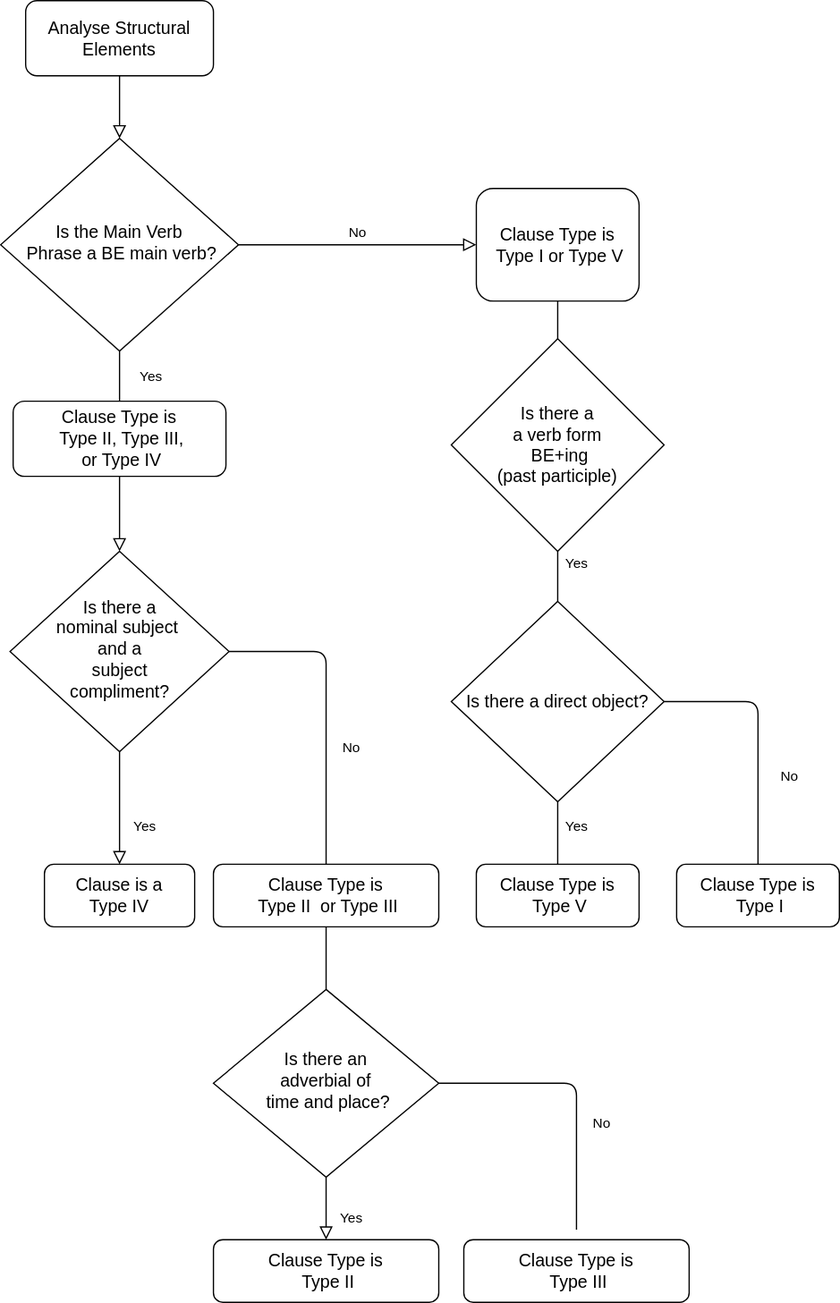
johnosbb/NLP keeps this draw.io diagram as Resources/clause_identification_flowchart.svg. Above is the earlier version. Source tidied: cells renumbered, new cells last; positions are measured from the earlier drawing's top-left corner, leaving out a move shared by most shapes. Its diagram source:
```xml
<mxGraphModel>
  <root>
    <mxCell id="0" />
    <mxCell id="1" parent="0" />
    <mxCell id="2" style="rounded=0;html=1;jettySize=auto;fontSize=11;endArrow=block;endFill=0;endSize=8;strokeWidth=1;shadow=0;labelBackgroundColor=none;edgeStyle=orthogonalEdgeStyle;" parent="1" edge="1" source="3" target="6">
      <mxGeometry relative="1" as="geometry" />
    </mxCell>
    <mxCell id="3" value="&lt;font style=&quot;font-size: 14px&quot;&gt;Analyse Structural Elements&lt;/font&gt;" style="rounded=1;whiteSpace=wrap;html=1;fontSize=12;glass=0;strokeWidth=1;shadow=0;" parent="1" vertex="1">
      <mxGeometry x="20" width="150" height="60" as="geometry" />
    </mxCell>
    <mxCell id="4" value="Yes" style="rounded=0;html=1;jettySize=auto;fontSize=11;endArrow=block;endFill=0;endSize=8;strokeWidth=1;shadow=0;labelBackgroundColor=none;edgeStyle=orthogonalEdgeStyle;startArrow=none;" parent="1" edge="1" source="12" target="9">
      <mxGeometry x="-1" y="84" relative="1" as="geometry">
        <mxPoint x="-59" y="-80" as="offset" />
      </mxGeometry>
    </mxCell>
    <mxCell id="5" value="No" style="edgeStyle=orthogonalEdgeStyle;rounded=0;html=1;jettySize=auto;fontSize=11;endArrow=block;endFill=0;endSize=8;strokeWidth=1;shadow=0;labelBackgroundColor=none;" parent="1" edge="1" source="6" target="7">
      <mxGeometry y="10" relative="1" as="geometry" />
    </mxCell>
    <mxCell id="6" value="&lt;span style=&quot;font-family: &amp;#34;arial&amp;#34; , &amp;#34;helvetica&amp;#34; , sans-serif ; font-size: 14px ; text-align: left ; background-color: rgb(255 , 255 , 255)&quot;&gt;Is the Main Verb&lt;br&gt;&amp;nbsp;Phrase a BE main verb?&lt;/span&gt;" style="rhombus;whiteSpace=wrap;html=1;shadow=0;fontFamily=Helvetica;fontSize=12;align=center;strokeWidth=1;spacing=6;spacingTop=-4;" parent="1" vertex="1">
      <mxGeometry y="110" width="190" height="170" as="geometry" />
    </mxCell>
    <mxCell id="7" value="&lt;span style=&quot;font-family: &amp;#34;arial&amp;#34; , &amp;#34;helvetica&amp;#34; , sans-serif ; font-size: 14px ; text-align: left ; background-color: rgb(255 , 255 , 255)&quot;&gt;Clause Type is&lt;br&gt;&amp;nbsp;Type I or Type V&lt;/span&gt;" style="rounded=1;whiteSpace=wrap;html=1;fontSize=12;glass=0;strokeWidth=1;shadow=0;" parent="1" vertex="1">
      <mxGeometry x="380" y="150" width="130" height="90" as="geometry" />
    </mxCell>
    <mxCell id="8" value="Yes" style="rounded=0;html=1;jettySize=auto;fontSize=11;endArrow=block;endFill=0;endSize=8;strokeWidth=1;shadow=0;labelBackgroundColor=none;edgeStyle=orthogonalEdgeStyle;" parent="1" edge="1" source="9" target="10">
      <mxGeometry x="0.33" y="20" relative="1" as="geometry" />
    </mxCell>
    <mxCell id="9" value="&lt;font style=&quot;font-size: 14px&quot;&gt;Is there a &lt;br&gt;nominal subject&amp;nbsp;&lt;br&gt;&amp;nbsp;and a&amp;nbsp;&lt;br&gt;subject &lt;br&gt;compliment?&lt;/font&gt;" style="rhombus;whiteSpace=wrap;html=1;shadow=0;fontFamily=Helvetica;fontSize=12;align=center;strokeWidth=1;spacing=6;spacingTop=-4;" parent="1" vertex="1">
      <mxGeometry x="7.5" y="440" width="175" height="160" as="geometry" />
    </mxCell>
    <mxCell id="10" value="&lt;span style=&quot;font-family: &amp;#34;arial&amp;#34; , &amp;#34;helvetica&amp;#34; , sans-serif ; font-size: 14px ; text-align: left ; background-color: rgb(255 , 255 , 255)&quot;&gt;Clause is a &lt;br&gt;Type IV&lt;/span&gt;" style="rounded=1;whiteSpace=wrap;html=1;fontSize=12;glass=0;strokeWidth=1;shadow=0;" parent="1" vertex="1">
      <mxGeometry x="35" y="690" width="120" height="50" as="geometry" />
    </mxCell>
    <mxCell id="11" value="&lt;font style=&quot;font-size: 14px&quot;&gt;Is there a &lt;br&gt;a verb form&lt;br&gt;&amp;nbsp;BE+ing&lt;br&gt;(past participle)&lt;br&gt;&lt;/font&gt;" style="rhombus;whiteSpace=wrap;html=1;hachureGap=4;" parent="1" vertex="1">
      <mxGeometry x="360" y="270" width="170" height="170" as="geometry" />
    </mxCell>
    <mxCell id="12" value="&lt;span style=&quot;font-family: &amp;#34;arial&amp;#34; , &amp;#34;helvetica&amp;#34; , sans-serif ; font-size: 14px ; text-align: left ; background-color: rgb(255 , 255 , 255)&quot;&gt;Clause Type is&lt;/span&gt;&lt;br style=&quot;font-family: &amp;#34;arial&amp;#34; , &amp;#34;helvetica&amp;#34; , sans-serif ; font-size: 14px ; text-align: left&quot;&gt;&lt;span style=&quot;font-family: &amp;#34;arial&amp;#34; , &amp;#34;helvetica&amp;#34; , sans-serif ; font-size: 14px ; text-align: left ; background-color: rgb(255 , 255 , 255)&quot;&gt;&amp;nbsp;Type II, Type III,&lt;/span&gt;&lt;br style=&quot;font-family: &amp;#34;arial&amp;#34; , &amp;#34;helvetica&amp;#34; , sans-serif ; font-size: 14px ; text-align: left&quot;&gt;&lt;span style=&quot;font-family: &amp;#34;arial&amp;#34; , &amp;#34;helvetica&amp;#34; , sans-serif ; font-size: 14px ; text-align: left ; background-color: rgb(255 , 255 , 255)&quot;&gt;&amp;nbsp;or Type IV&lt;/span&gt;" style="rounded=1;whiteSpace=wrap;html=1;hachureGap=4;" parent="1" vertex="1">
      <mxGeometry x="10" y="320" width="170" height="60" as="geometry" />
    </mxCell>
    <mxCell id="13" style="rounded=0;html=1;jettySize=auto;fontSize=11;endArrow=none;endFill=0;endSize=8;strokeWidth=1;shadow=0;labelBackgroundColor=none;edgeStyle=orthogonalEdgeStyle;" parent="1" edge="1" source="6" target="12">
      <mxGeometry y="20" relative="1" as="geometry" />
    </mxCell>
    <mxCell id="14" value="&lt;span style=&quot;font-family: &amp;#34;arial&amp;#34; , &amp;#34;helvetica&amp;#34; , sans-serif ; font-size: 14px ; text-align: left ; background-color: rgb(255 , 255 , 255)&quot;&gt;Clause Type is&lt;br&gt;&amp;nbsp;Type V&lt;/span&gt;" style="rounded=1;whiteSpace=wrap;html=1;fontSize=12;glass=0;strokeWidth=1;shadow=0;" parent="1" vertex="1">
      <mxGeometry x="380" y="690" width="130" height="50" as="geometry" />
    </mxCell>
    <mxCell id="15" value="&lt;font style=&quot;font-size: 14px&quot;&gt;Is there a direct object?&lt;/font&gt;" style="rhombus;whiteSpace=wrap;html=1;hachureGap=4;" parent="1" vertex="1">
      <mxGeometry x="360" y="480" width="170" height="160" as="geometry" />
    </mxCell>
    <mxCell id="16" value="&lt;span style=&quot;font-family: &amp;#34;arial&amp;#34; , &amp;#34;helvetica&amp;#34; , sans-serif ; font-size: 14px ; text-align: left ; background-color: rgb(255 , 255 , 255)&quot;&gt;Clause Type is&lt;/span&gt;&lt;br style=&quot;font-family: &amp;#34;arial&amp;#34; , &amp;#34;helvetica&amp;#34; , sans-serif ; font-size: 14px ; text-align: left&quot;&gt;&lt;span style=&quot;font-family: &amp;#34;arial&amp;#34; , &amp;#34;helvetica&amp;#34; , sans-serif ; font-size: 14px ; text-align: left ; background-color: rgb(255 , 255 , 255)&quot;&gt;&amp;nbsp;Type II&amp;nbsp; or Type III&lt;/span&gt;" style="rounded=1;whiteSpace=wrap;html=1;fontSize=12;glass=0;strokeWidth=1;shadow=0;" parent="1" vertex="1">
      <mxGeometry x="170" y="690" width="180" height="50" as="geometry" />
    </mxCell>
    <mxCell id="17" value="No" style="endArrow=none;html=1;startSize=14;endSize=14;sourcePerimeterSpacing=8;targetPerimeterSpacing=8;entryX=1;entryY=0.5;entryDx=0;entryDy=0;exitX=0.5;exitY=0;exitDx=0;exitDy=0;" parent="1" edge="1" source="16" target="9">
      <mxGeometry x="-0.25" y="-20" relative="1" as="geometry">
        <Array as="points">
          <mxPoint x="260" y="520" />
        </Array>
      </mxGeometry>
    </mxCell>
    <mxCell id="18" style="endArrow=none;html=1;startSize=14;endSize=14;sourcePerimeterSpacing=8;targetPerimeterSpacing=8;entryX=0.5;entryY=1;entryDx=0;entryDy=0;exitX=0.5;exitY=0;exitDx=0;exitDy=0;" parent="1" edge="1" source="11" target="7">
      <mxGeometry relative="1" as="geometry" />
    </mxCell>
    <mxCell id="19" value="Yes" style="endArrow=none;html=1;startSize=14;endSize=14;sourcePerimeterSpacing=8;targetPerimeterSpacing=8;entryX=0.5;entryY=1;entryDx=0;entryDy=0;" parent="1" edge="1" target="11">
      <mxGeometry x="0.5" y="-15" relative="1" as="geometry">
        <mxPoint x="445" y="480" as="sourcePoint" />
      </mxGeometry>
    </mxCell>
    <mxCell id="20" value="Yes" style="endArrow=none;html=1;startSize=14;endSize=14;sourcePerimeterSpacing=8;targetPerimeterSpacing=8;entryX=0.5;entryY=1;entryDx=0;entryDy=0;exitX=0.5;exitY=0;exitDx=0;exitDy=0;" parent="1" edge="1" source="14" target="15">
      <mxGeometry x="0.2" y="-15" relative="1" as="geometry" />
    </mxCell>
    <mxCell id="21" value="&lt;span style=&quot;font-family: &amp;#34;arial&amp;#34; , &amp;#34;helvetica&amp;#34; , sans-serif ; font-size: 14px ; text-align: left ; background-color: rgb(255 , 255 , 255)&quot;&gt;Clause Type is&lt;br&gt;&amp;nbsp;Type I&lt;/span&gt;" style="rounded=1;whiteSpace=wrap;html=1;fontSize=12;glass=0;strokeWidth=1;shadow=0;" parent="1" vertex="1">
      <mxGeometry x="540" y="690" width="130" height="50" as="geometry" />
    </mxCell>
    <mxCell id="22" value="No" style="endArrow=none;html=1;startSize=14;endSize=14;sourcePerimeterSpacing=8;targetPerimeterSpacing=8;entryX=1;entryY=0.5;entryDx=0;entryDy=0;exitX=0.5;exitY=0;exitDx=0;exitDy=0;" parent="1" edge="1" source="21" target="15">
      <mxGeometry x="-0.32" y="-25" relative="1" as="geometry">
        <Array as="points">
          <mxPoint x="605" y="560" />
        </Array>
      </mxGeometry>
    </mxCell>
    <mxCell id="23" value="&lt;font style=&quot;font-size: 14px&quot;&gt;Is there an &lt;br&gt;adverbial of&lt;br&gt;&amp;nbsp;time and place?&lt;/font&gt;" style="rhombus;whiteSpace=wrap;html=1;shadow=0;fontFamily=Helvetica;fontSize=12;align=center;strokeWidth=1;spacing=6;spacingTop=-4;" parent="1" vertex="1">
      <mxGeometry x="170" y="790" width="180" height="150" as="geometry" />
    </mxCell>
    <mxCell id="24" value="&lt;span style=&quot;font-family: &amp;#34;arial&amp;#34; , &amp;#34;helvetica&amp;#34; , sans-serif ; font-size: 14px ; text-align: left ; background-color: rgb(255 , 255 , 255)&quot;&gt;Clause Type is&lt;/span&gt;&lt;br style=&quot;font-family: &amp;#34;arial&amp;#34; , &amp;#34;helvetica&amp;#34; , sans-serif ; font-size: 14px ; text-align: left&quot;&gt;&lt;span style=&quot;font-family: &amp;#34;arial&amp;#34; , &amp;#34;helvetica&amp;#34; , sans-serif ; font-size: 14px ; text-align: left ; background-color: rgb(255 , 255 , 255)&quot;&gt;&amp;nbsp;Type II&lt;/span&gt;" style="rounded=1;whiteSpace=wrap;html=1;fontSize=12;glass=0;strokeWidth=1;shadow=0;" parent="1" vertex="1">
      <mxGeometry x="170" y="990" width="180" height="50" as="geometry" />
    </mxCell>
    <mxCell id="25" value="&lt;span style=&quot;font-family: &amp;#34;arial&amp;#34; , &amp;#34;helvetica&amp;#34; , sans-serif ; font-size: 14px ; text-align: left ; background-color: rgb(255 , 255 , 255)&quot;&gt;Clause Type is&lt;/span&gt;&lt;br style=&quot;font-family: &amp;#34;arial&amp;#34; , &amp;#34;helvetica&amp;#34; , sans-serif ; font-size: 14px ; text-align: left&quot;&gt;&lt;span style=&quot;font-family: &amp;#34;arial&amp;#34; , &amp;#34;helvetica&amp;#34; , sans-serif ; font-size: 14px ; text-align: left ; background-color: rgb(255 , 255 , 255)&quot;&gt;&amp;nbsp;Type III&lt;/span&gt;" style="rounded=1;whiteSpace=wrap;html=1;fontSize=12;glass=0;strokeWidth=1;shadow=0;" parent="1" vertex="1">
      <mxGeometry x="370" y="990" width="180" height="50" as="geometry" />
    </mxCell>
    <mxCell id="26" value="Yes" style="rounded=0;html=1;jettySize=auto;fontSize=11;endArrow=block;endFill=0;endSize=8;strokeWidth=1;shadow=0;labelBackgroundColor=none;edgeStyle=orthogonalEdgeStyle;entryX=0.5;entryY=0;entryDx=0;entryDy=0;" parent="1" edge="1" target="24">
      <mxGeometry x="0.33" y="20" relative="1" as="geometry">
        <mxPoint x="260" y="940" as="sourcePoint" />
      </mxGeometry>
    </mxCell>
    <mxCell id="27" value="No" style="endArrow=none;html=1;startSize=14;endSize=14;sourcePerimeterSpacing=8;targetPerimeterSpacing=8;entryX=1;entryY=0.5;entryDx=0;entryDy=0;" parent="1" edge="1" source="25" target="23">
      <mxGeometry x="-0.25" y="-20" relative="1" as="geometry">
        <Array as="points">
          <mxPoint x="460" y="865" />
        </Array>
      </mxGeometry>
    </mxCell>
    <mxCell id="28" style="endArrow=none;html=1;startSize=14;endSize=14;sourcePerimeterSpacing=8;targetPerimeterSpacing=8;entryX=0.5;entryY=1;entryDx=0;entryDy=0;exitX=0.5;exitY=0;exitDx=0;exitDy=0;" parent="1" edge="1" source="23" target="16">
      <mxGeometry relative="1" as="geometry" />
    </mxCell>
  </root>
</mxGraphModel>
```
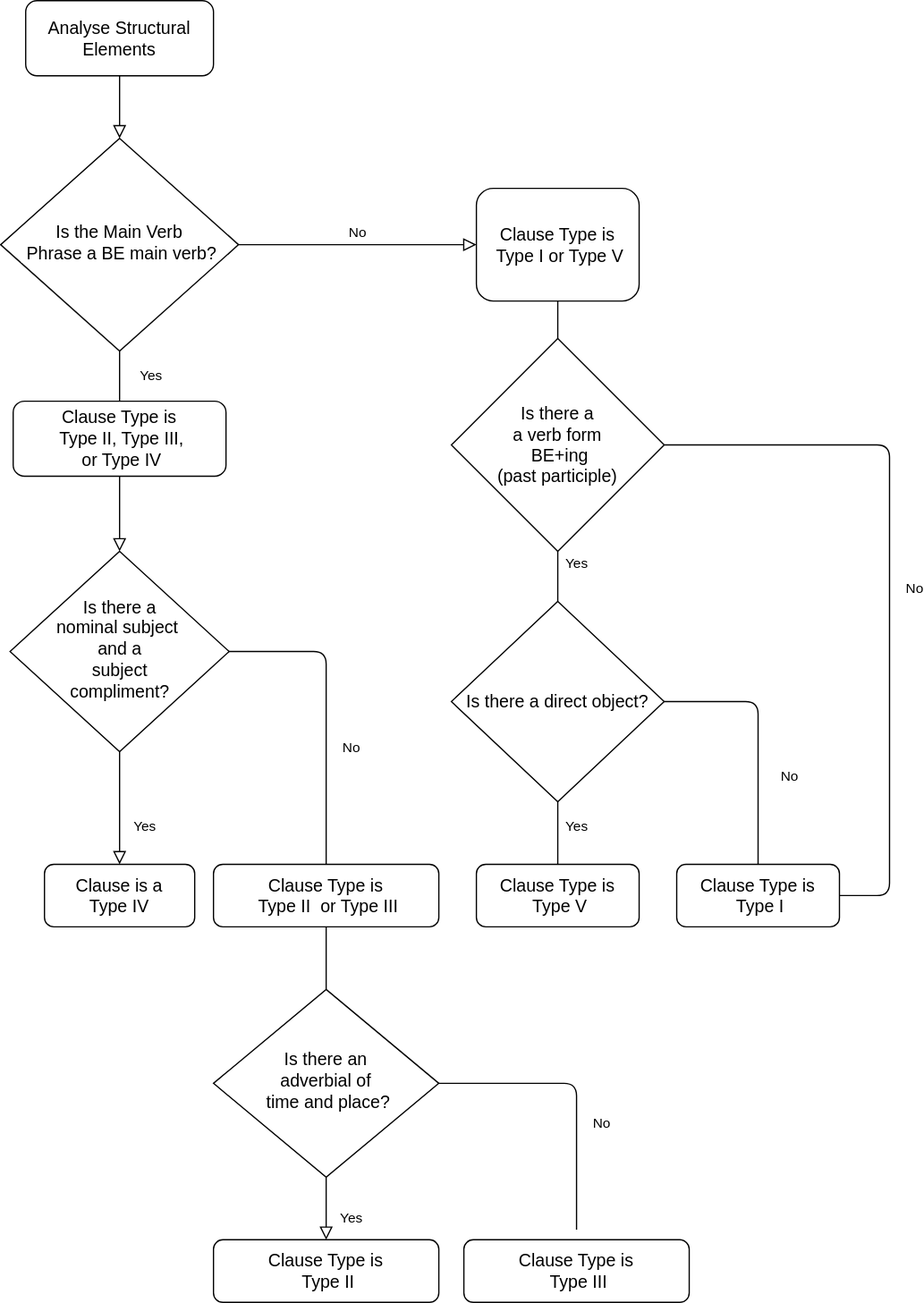
The same diagram one commit later.

Change to the diagram source:
```diff
@@ -101,5 +101,14 @@
     <mxCell id="28" style="endArrow=none;html=1;startSize=14;endSize=14;sourcePerimeterSpacing=8;targetPerimeterSpacing=8;entryX=0.5;entryY=1;entryDx=0;entryDy=0;exitX=0.5;exitY=0;exitDx=0;exitDy=0;" parent="1" edge="1" source="23" target="16">
       <mxGeometry relative="1" as="geometry" />
     </mxCell>
+    <mxCell id="29" value="No" style="endArrow=none;html=1;startSize=14;endSize=14;sourcePerimeterSpacing=8;targetPerimeterSpacing=8;entryX=1;entryY=0.5;entryDx=0;entryDy=0;exitX=1;exitY=0.5;exitDx=0;exitDy=0;" parent="1" edge="1" source="21" target="11">
+      <mxGeometry x="-0.02" y="-20" relative="1" as="geometry">
+        <Array as="points">
+          <mxPoint x="710" y="715" />
+          <mxPoint x="710" y="355" />
+          <mxPoint x="600" y="355" />
+        </Array>
+      </mxGeometry>
+    </mxCell>
   </root>
 </mxGraphModel>
```
